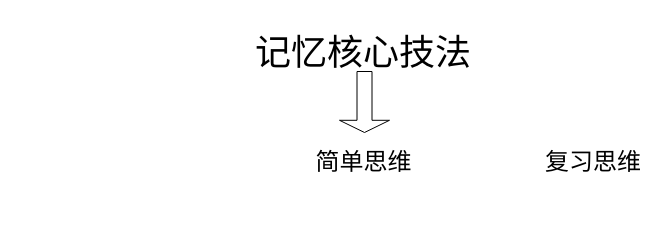
Above: 记忆核心技法.drawio in wanggnoc/drawio (draw.io), before the change. Source tidied: cells renumbered, new cells numbered last; positions are measured from the earlier drawing's top-left corner, leaving out a move shared by most shapes. Both pictures are drawn from the tidied source at 100%, with x=0, y=0 at pixel (233, 17).
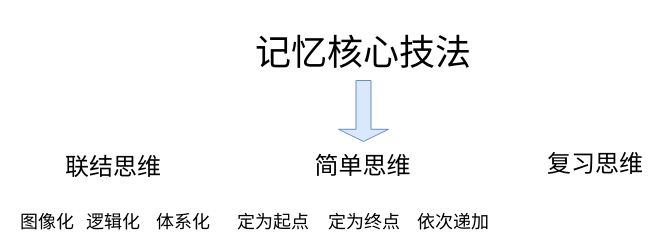
Above is the later version.

Commit message (it also covers changes not shown here):
Update 记忆核心技法.drawio

Diff of the diagram source:
```diff
@@
 <mxGraphModel>
   <root>
     <mxCell id="0" />
     <mxCell id="1" parent="0" />
     <mxCell id="2" value="&lt;font style=&quot;font-size: 36px&quot;&gt;记忆核心技法&lt;/font&gt;" style="text;html=1;strokeColor=none;fillColor=none;align=center;verticalAlign=middle;whiteSpace=wrap;rounded=0;" parent="1" vertex="1">
       <mxGeometry width="260" height="70" as="geometry" />
     </mxCell>
-    <mxCell id="3" style="shape=singleArrow;direction=south;whiteSpace=wrap;html=1;" parent="1" vertex="1">
-      <mxGeometry x="106" y="54" width="50" height="61" as="geometry" />
+    <mxCell id="3" style="shape=singleArrow;direction=south;whiteSpace=wrap;html=1;fillColor=#dae8fc;strokeColor=#6c8ebf;" parent="1" vertex="1">
+      <mxGeometry x="105" y="63" width="50" height="61" as="geometry" />
     </mxCell>
-    <mxCell id="4" value="&lt;font style=&quot;font-size: 24px&quot;&gt;简单思维&lt;/font&gt;" style="text;html=1;strokeColor=none;fillColor=none;align=center;verticalAlign=middle;whiteSpace=wrap;rounded=0;" parent="1" vertex="1">
-      <mxGeometry x="77.5" y="125" width="105" height="40" as="geometry" />
+    <mxCell id="4" value="&lt;font style=&quot;font-size: 24px&quot;&gt;简单思维&lt;br&gt;&lt;/font&gt;" style="text;html=1;strokeColor=none;fillColor=none;align=center;verticalAlign=middle;whiteSpace=wrap;rounded=0;" parent="1" vertex="1">
+      <mxGeometry x="62.8" y="131" width="132.5" height="35" as="geometry" />
     </mxCell>
     <mxCell id="5" value="&lt;font style=&quot;font-size: 24px&quot;&gt;复习思维&lt;/font&gt;" style="text;html=1;strokeColor=none;fillColor=none;align=center;verticalAlign=middle;whiteSpace=wrap;rounded=0;" parent="1" vertex="1">
-      <mxGeometry x="300" y="130" width="120" height="30" as="geometry" />
+      <mxGeometry x="302" y="132" width="120" height="30" as="geometry" />
     </mxCell>
+    <mxCell id="6" value="&lt;font style=&quot;font-size: 24px&quot;&gt;联结思维&lt;br&gt;&lt;/font&gt;" style="text;html=1;strokeColor=none;fillColor=none;align=center;verticalAlign=middle;whiteSpace=wrap;rounded=0;" parent="1" vertex="1">
+      <mxGeometry x="-190" y="130" width="140" height="40" as="geometry" />
+    </mxCell>
+    <mxCell id="7" value="&lt;font style=&quot;font-size: 18px&quot;&gt;图像化&lt;/font&gt;" style="text;html=1;strokeColor=none;fillColor=none;align=center;verticalAlign=middle;whiteSpace=wrap;rounded=0;" parent="1" vertex="1">
+      <mxGeometry x="-216" y="195" width="60" height="20" as="geometry" />
+    </mxCell>
+    <mxCell id="8" value="&lt;font style=&quot;font-size: 18px&quot;&gt;逻辑化&lt;/font&gt;" style="text;html=1;strokeColor=none;fillColor=none;align=center;verticalAlign=middle;whiteSpace=wrap;rounded=0;" parent="1" vertex="1">
+      <mxGeometry x="-150" y="195" width="60" height="20" as="geometry" />
+    </mxCell>
+    <mxCell id="9" value="&lt;font style=&quot;font-size: 18px&quot;&gt;体系化&lt;/font&gt;" style="text;html=1;strokeColor=none;fillColor=none;align=center;verticalAlign=middle;whiteSpace=wrap;rounded=0;" parent="1" vertex="1">
+      <mxGeometry x="-80" y="195" width="60" height="20" as="geometry" />
+    </mxCell>
+    <mxCell id="10" value="&lt;font style=&quot;font-size: 18px&quot;&gt;定为起点&lt;/font&gt;" style="text;html=1;strokeColor=none;fillColor=none;align=center;verticalAlign=middle;whiteSpace=wrap;rounded=0;" parent="1" vertex="1">
+      <mxGeometry y="195" width="80" height="20" as="geometry" />
+    </mxCell>
+    <mxCell id="11" value="&lt;font style=&quot;font-size: 18px&quot;&gt;定为终点&lt;/font&gt;" style="text;html=1;strokeColor=none;fillColor=none;align=center;verticalAlign=middle;whiteSpace=wrap;rounded=0;" parent="1" vertex="1">
+      <mxGeometry x="91" y="195" width="80" height="20" as="geometry" />
+    </mxCell>
+    <mxCell id="12" value="&lt;span style=&quot;font-size: 18px&quot;&gt;依次递加&lt;/span&gt;" style="text;html=1;strokeColor=none;fillColor=none;align=center;verticalAlign=middle;whiteSpace=wrap;rounded=0;" parent="1" vertex="1">
+      <mxGeometry x="180" y="195" width="80" height="20" as="geometry" />
+    </mxCell>
   </root>
 </mxGraphModel>
```
